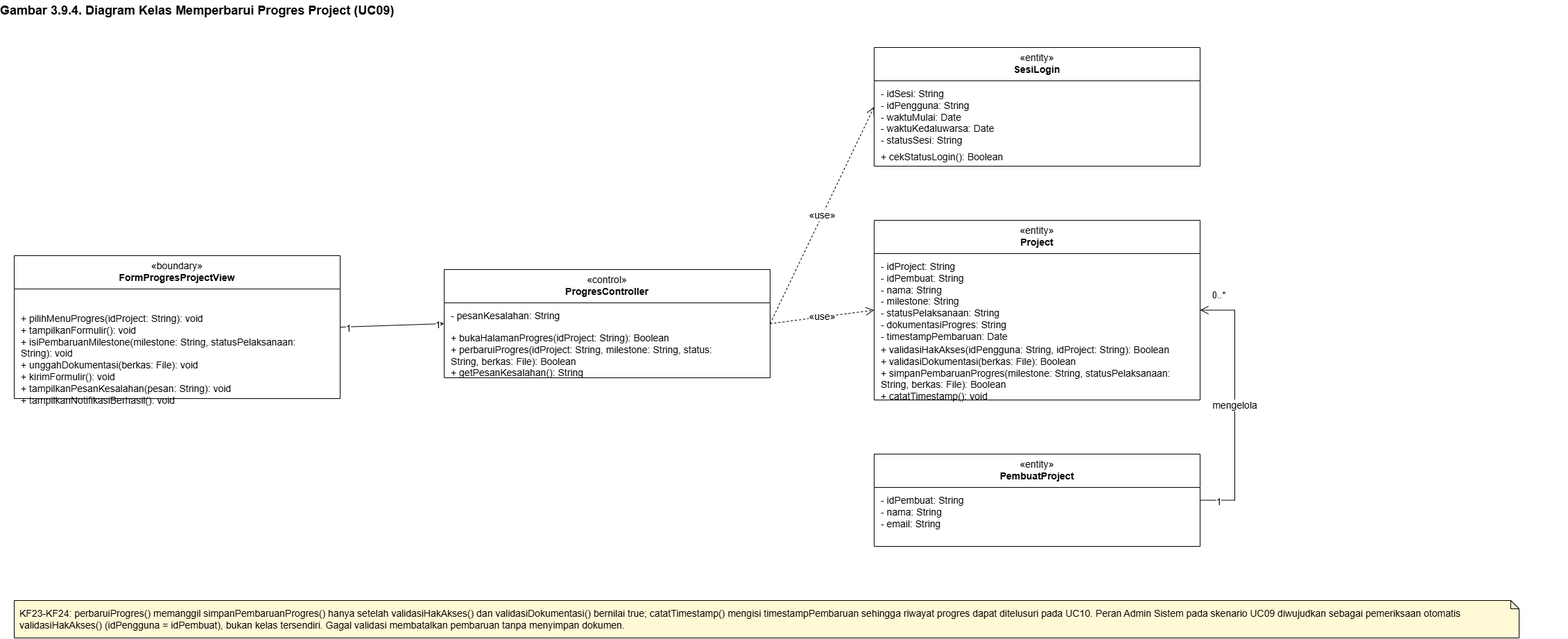
This is docs/M7/assets/diagram/class-uc09.png from Brynpamungkas/IF2150-RPL-K02-G08, a draw.io export, as it was before one commit. Source tidied: cells renumbered, new cells last; positions are measured from the earlier drawing's top-left corner, leaving out a move shared by most shapes.
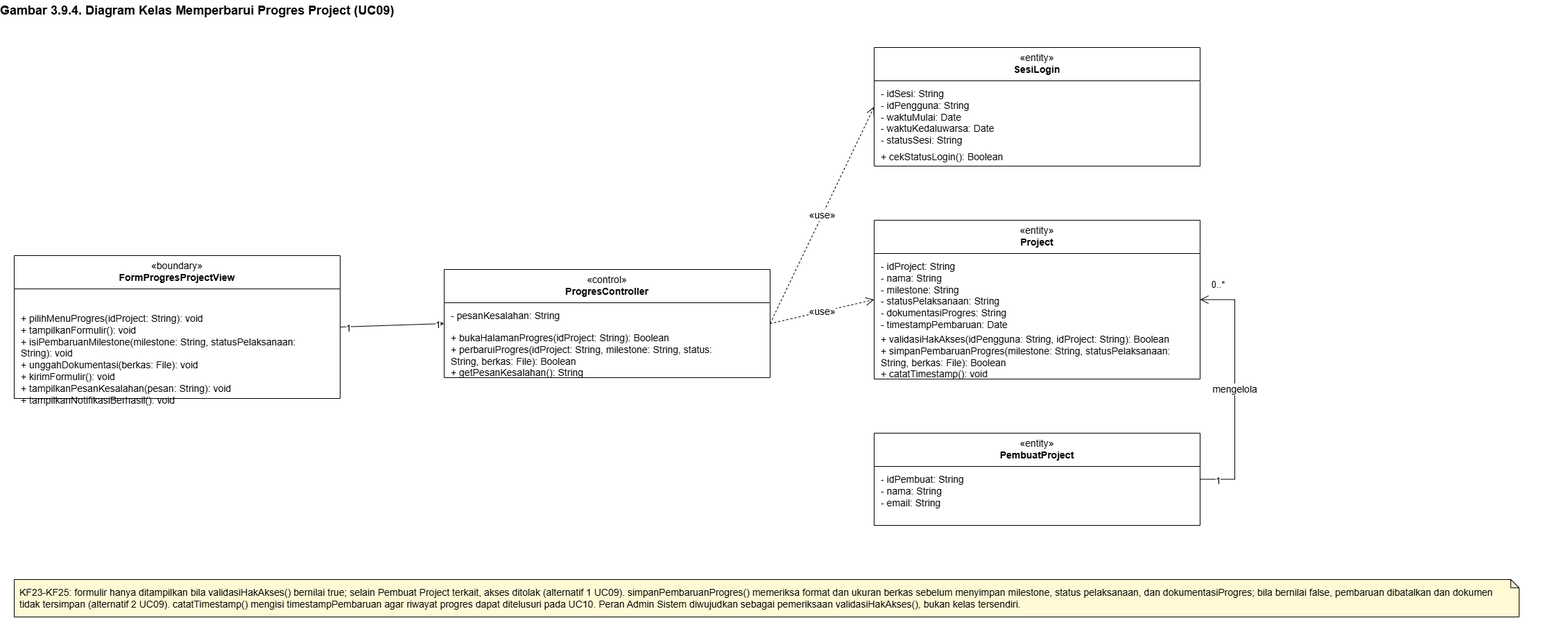
The same diagram one commit later.

Change to the diagram source:
```diff
@@ -18,19 +18,19 @@
       <mxGeometry y="139" width="470" height="32" as="geometry" />
     </mxCell>
     <mxCell id="7" value="«entity»&lt;br&gt;&lt;b&gt;Project&lt;/b&gt;" style="swimlane;fontStyle=0;align=center;verticalAlign=top;horizontal=1;startSize=48;html=1;fontFamily=Arial;fontSize=14;whiteSpace=wrap;fillColor=#FFFFFF;strokeColor=#000000;swimlaneFillColor=#FFFFFF;" parent="1" vertex="1">
-      <mxGeometry x="1260" y="317" width="470" height="259" as="geometry" />
+      <mxGeometry x="1260" y="317" width="470" height="229" as="geometry" />
     </mxCell>
-    <mxCell id="8" value="- idProject: String&lt;br&gt;- idPembuat: String&lt;br&gt;- nama: String&lt;br&gt;- milestone: String&lt;br&gt;- statusPelaksanaan: String&lt;br&gt;- dokumentasiProgres: String&lt;br&gt;- timestampPembaruan: Date" style="text;strokeColor=none;fillColor=none;align=left;verticalAlign=top;spacingLeft=8;spacingRight=6;spacingTop=4;overflow=visible;whiteSpace=nowrap;html=1;fontFamily=Arial;fontSize=14;" parent="7" vertex="1">
-      <mxGeometry y="48" width="470" height="120" as="geometry" />
+    <mxCell id="8" value="- idProject: String&lt;br&gt;- nama: String&lt;br&gt;- milestone: String&lt;br&gt;- statusPelaksanaan: String&lt;br&gt;- dokumentasiProgres: String&lt;br&gt;- timestampPembaruan: Date" style="text;strokeColor=none;fillColor=none;align=left;verticalAlign=top;spacingLeft=8;spacingRight=6;spacingTop=4;overflow=visible;whiteSpace=nowrap;html=1;fontFamily=Arial;fontSize=14;" parent="7" vertex="1">
+      <mxGeometry y="48" width="470" height="105" as="geometry" />
     </mxCell>
     <mxCell id="9" style="line;strokeWidth=1;strokeColor=#000000;" parent="7" vertex="1">
-      <mxGeometry y="168" width="470" as="geometry" />
+      <mxGeometry y="153" width="470" as="geometry" />
     </mxCell>
-    <mxCell id="10" value="+ validasiHakAkses(idPengguna: String, idProject: String): Boolean&lt;br&gt;+ validasiDokumentasi(berkas: File): Boolean&lt;br&gt;+ simpanPembaruanProgres(milestone: String, statusPelaksanaan:&lt;br&gt;String, berkas: File): Boolean&lt;br&gt;+ catatTimestamp(): void" style="text;strokeColor=none;fillColor=none;align=left;verticalAlign=top;spacingLeft=8;spacingRight=6;spacingTop=4;overflow=visible;whiteSpace=nowrap;html=1;fontFamily=Arial;fontSize=14;" parent="7" vertex="1">
-      <mxGeometry y="168" width="470" height="91" as="geometry" />
+    <mxCell id="10" value="+ validasiHakAkses(idPengguna: String, idProject: String): Boolean&lt;br&gt;+ simpanPembaruanProgres(milestone: String, statusPelaksanaan:&lt;br&gt;String, berkas: File): Boolean&lt;br&gt;+ catatTimestamp(): void" style="text;strokeColor=none;fillColor=none;align=left;verticalAlign=top;spacingLeft=8;spacingRight=6;spacingTop=4;overflow=visible;whiteSpace=nowrap;html=1;fontFamily=Arial;fontSize=14;" parent="7" vertex="1">
+      <mxGeometry y="153" width="470" height="76" as="geometry" />
     </mxCell>
     <mxCell id="11" value="«entity»&lt;br&gt;&lt;b&gt;PembuatProject&lt;/b&gt;" style="swimlane;fontStyle=0;align=center;verticalAlign=top;horizontal=1;startSize=48;html=1;fontFamily=Arial;fontSize=14;whiteSpace=wrap;fillColor=#FFFFFF;strokeColor=#000000;swimlaneFillColor=#FFFFFF;" parent="1" vertex="1">
-      <mxGeometry x="1260" y="654" width="470" height="133" as="geometry" />
+      <mxGeometry x="1260" y="624" width="470" height="133" as="geometry" />
     </mxCell>
     <mxCell id="12" value="- idPembuat: String&lt;br&gt;- nama: String&lt;br&gt;- email: String" style="text;strokeColor=none;fillColor=none;align=left;verticalAlign=top;spacingLeft=8;spacingRight=6;spacingTop=4;overflow=visible;whiteSpace=nowrap;html=1;fontFamily=Arial;fontSize=14;" parent="11" vertex="1">
       <mxGeometry y="48" width="470" height="61" as="geometry" />
@@ -83,8 +83,8 @@
     <mxCell id="28" value="mengelola" style="endArrow=open;endSize=10;endFill=0;html=1;rounded=0;fontFamily=Arial;fontSize=14;labelBackgroundColor=#FFFFFF;exitX=1;exitY=0.5;exitDx=0;exitDy=0;entryX=1;entryY=0.5;entryDx=0;entryDy=0;" parent="1" edge="1" source="11" target="7">
       <mxGeometry relative="1" as="geometry">
         <Array as="points">
-          <mxPoint x="1780" y="720.5" />
-          <mxPoint x="1780" y="446.5" />
+          <mxPoint x="1780" y="690.5" />
+          <mxPoint x="1780" y="431.5" />
         </Array>
       </mxGeometry>
     </mxCell>
@@ -94,8 +94,8 @@
     <mxCell id="30" value="0..*" style="edgeLabel;html=1;align=center;verticalAlign=bottom;fontFamily=Arial;fontSize=13;labelBackgroundColor=#FFFFFF;" parent="28" vertex="1">
       <mxGeometry x="0.86" y="-12" relative="1" as="geometry" />
     </mxCell>
-    <mxCell id="31" value="KF23-KF24: perbaruiProgres() memanggil simpanPembaruanProgres() hanya setelah validasiHakAkses() dan validasiDokumentasi() bernilai true; catatTimestamp() mengisi timestampPembaruan sehingga riwayat progres dapat ditelusuri pada UC10. Peran Admin Sistem pada skenario UC09 diwujudkan sebagai pemeriksaan otomatis validasiHakAkses() (idPengguna = idPembuat), bukan kelas tersendiri. Gagal validasi membatalkan pembaruan tanpa menyimpan dokumen." style="shape=note;whiteSpace=wrap;html=1;size=12;fontFamily=Arial;fontSize=14;fillColor=#FFF9D6;strokeColor=#000000;align=left;spacing=8;" parent="1" vertex="1">
-      <mxGeometry x="20" y="865" width="2170" height="54" as="geometry" />
+    <mxCell id="31" value="KF23-KF25: formulir hanya ditampilkan bila validasiHakAkses() bernilai true; selain Pembuat Project terkait, akses ditolak (alternatif 1 UC09). simpanPembaruanProgres() memeriksa format dan ukuran berkas sebelum menyimpan milestone, status pelaksanaan, dan dokumentasiProgres; bila bernilai false, pembaruan dibatalkan dan dokumen tidak tersimpan (alternatif 2 UC09). catatTimestamp() mengisi timestampPembaruan agar riwayat progres dapat ditelusuri pada UC10. Peran Admin Sistem diwujudkan sebagai pemeriksaan validasiHakAkses(), bukan kelas tersendiri." style="shape=note;whiteSpace=wrap;html=1;size=12;fontFamily=Arial;fontSize=14;fillColor=#FFF9D6;strokeColor=#000000;align=left;spacing=8;" parent="1" vertex="1">
+      <mxGeometry x="20" y="835" width="2170" height="54" as="geometry" />
     </mxCell>
   </root>
 </mxGraphModel>
```
